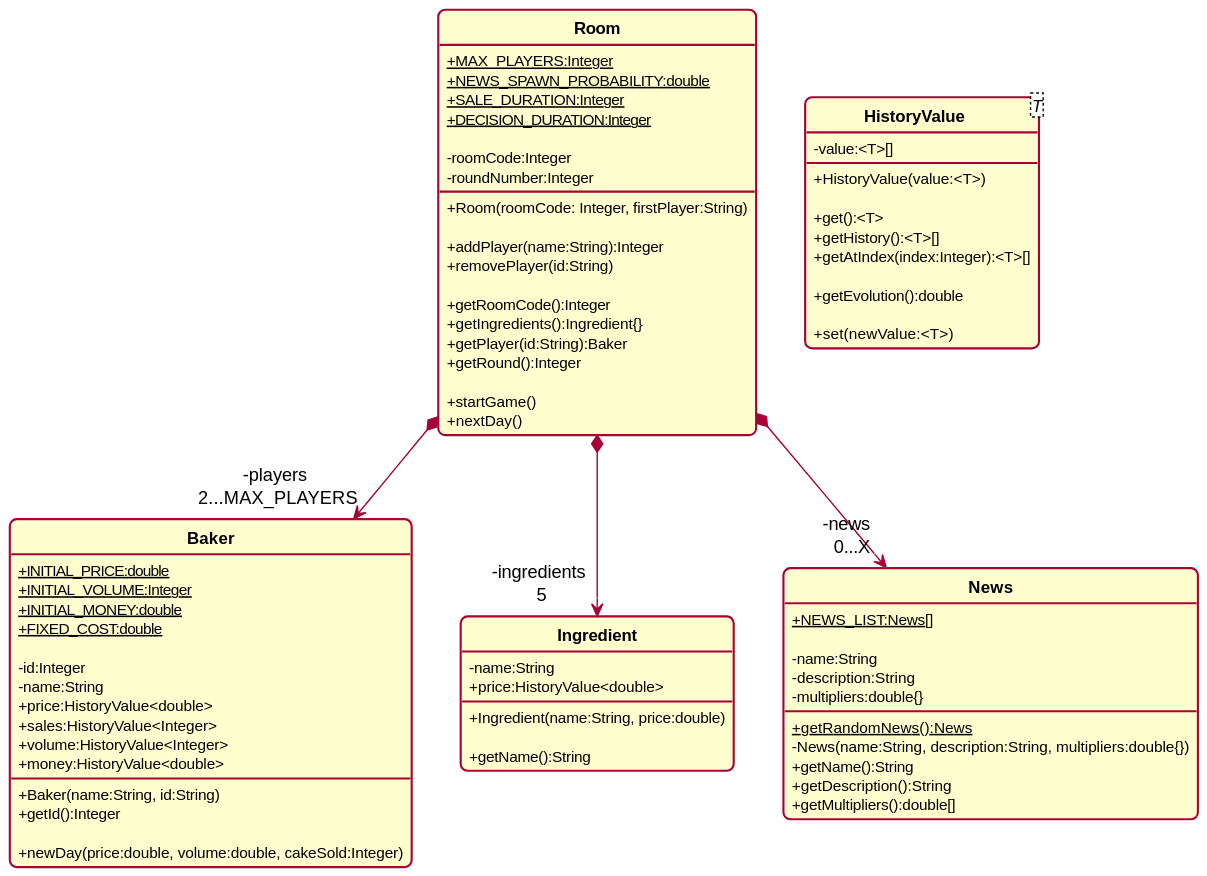
The PlantUML diagram diagrammeDeClasse.svg in Les-Scrums-Masters/CakeIt, before a commit.
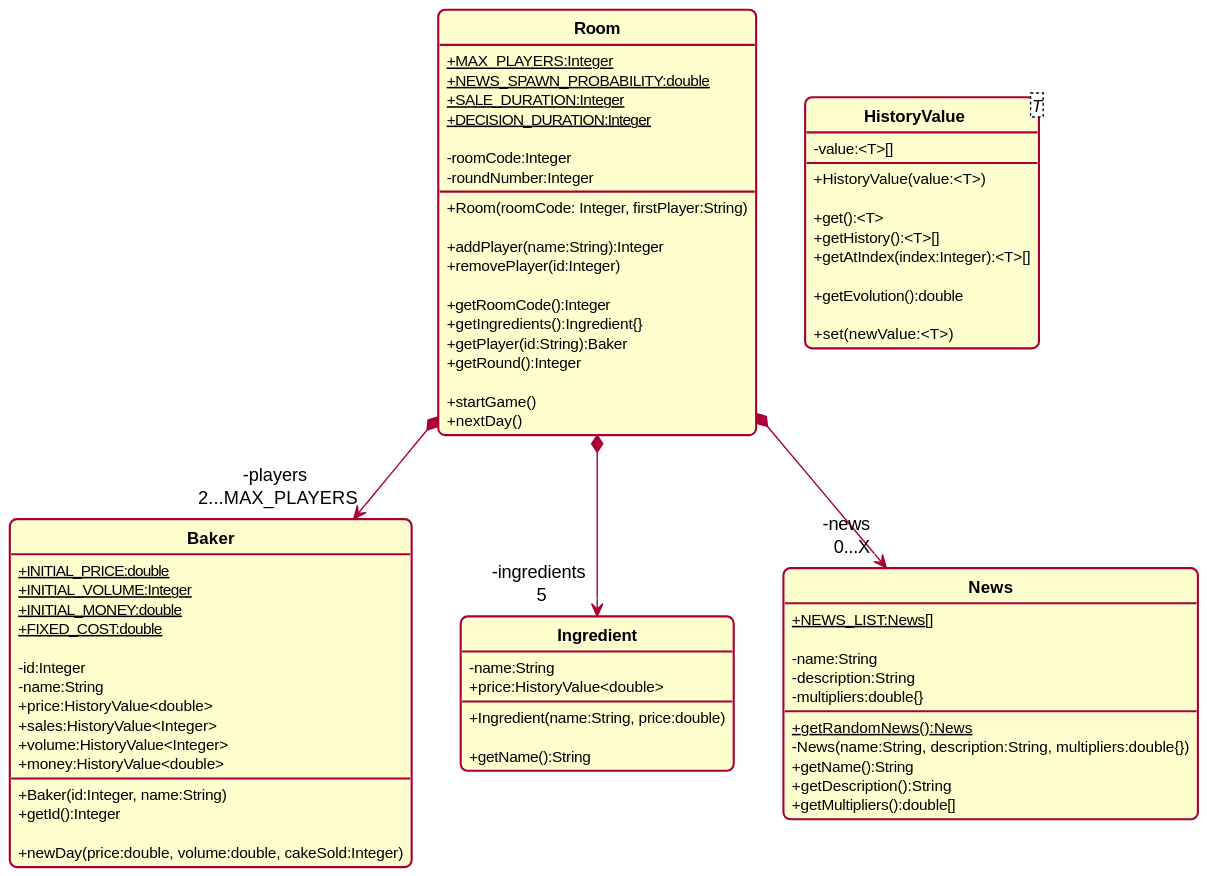
Later version of the same file.

Commit message:
[UML] Fixed Baker id type

The edit, as a diff of the source:
```diff
@@ -18,7 +18,7 @@
     + Room(roomCode: Integer, firstPlayer:String)
 
     + addPlayer(name:String):Integer
-    + removePlayer(id:String)
+    + removePlayer(id:Integer)
 
     + getRoomCode():Integer
     + getIngredients():Ingredient{}
@@ -48,7 +48,7 @@
     + volume:HistoryValue<Integer>
     + money:HistoryValue<double>
 
-    + Baker(name:String, id:String)
+    + Baker(id:Integer, name:String)
     + getId():Integer
 
     + newDay(price:double, volume:double, cakeSold:Integer)
```
